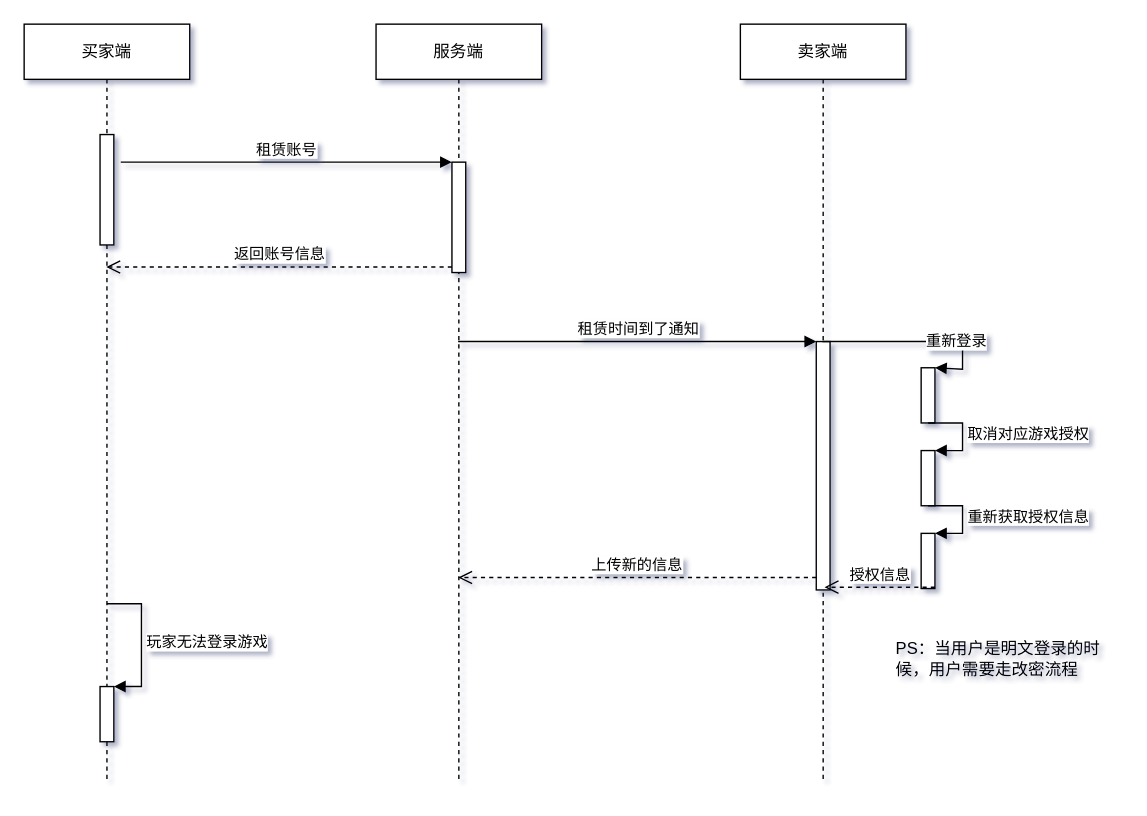
Before: Untitled Diagram.drawio in yyht800/SiGuoYa, a draw.io diagram. Source tidied: cells renumbered, new cells numbered last; positions are measured from the earlier drawing's top-left corner, leaving out a move shared by most shapes. Both pictures are drawn from the tidied source at 138%, with x=0, y=0 at pixel (23, 23).
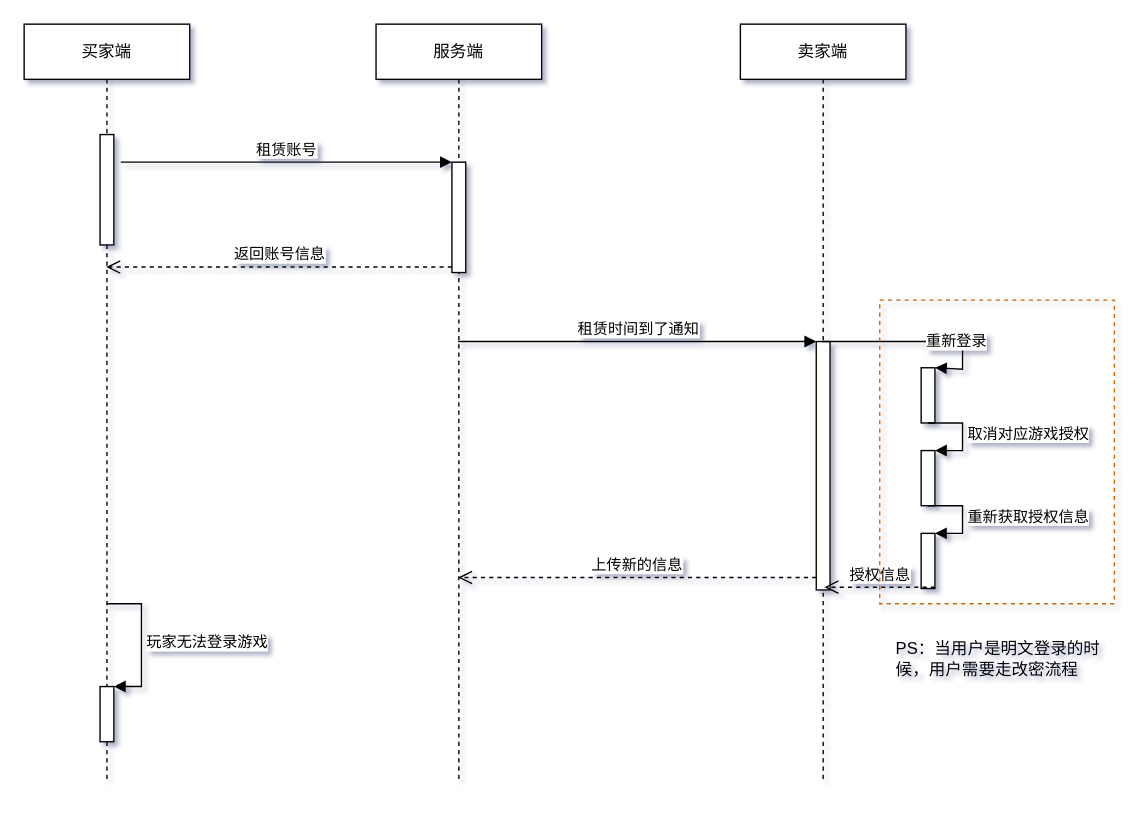
After the change.

Diff of the diagram source:
```diff
@@
+    <mxCell id="22" style="rounded=0;whiteSpace=wrap;html=1;fillColor=none;dashed=1;strokeColor=#CC6600;" parent="1" vertex="1">
+      <mxGeometry x="620" y="200" width="170" height="220" as="geometry" />
+    </mxCell>
```
